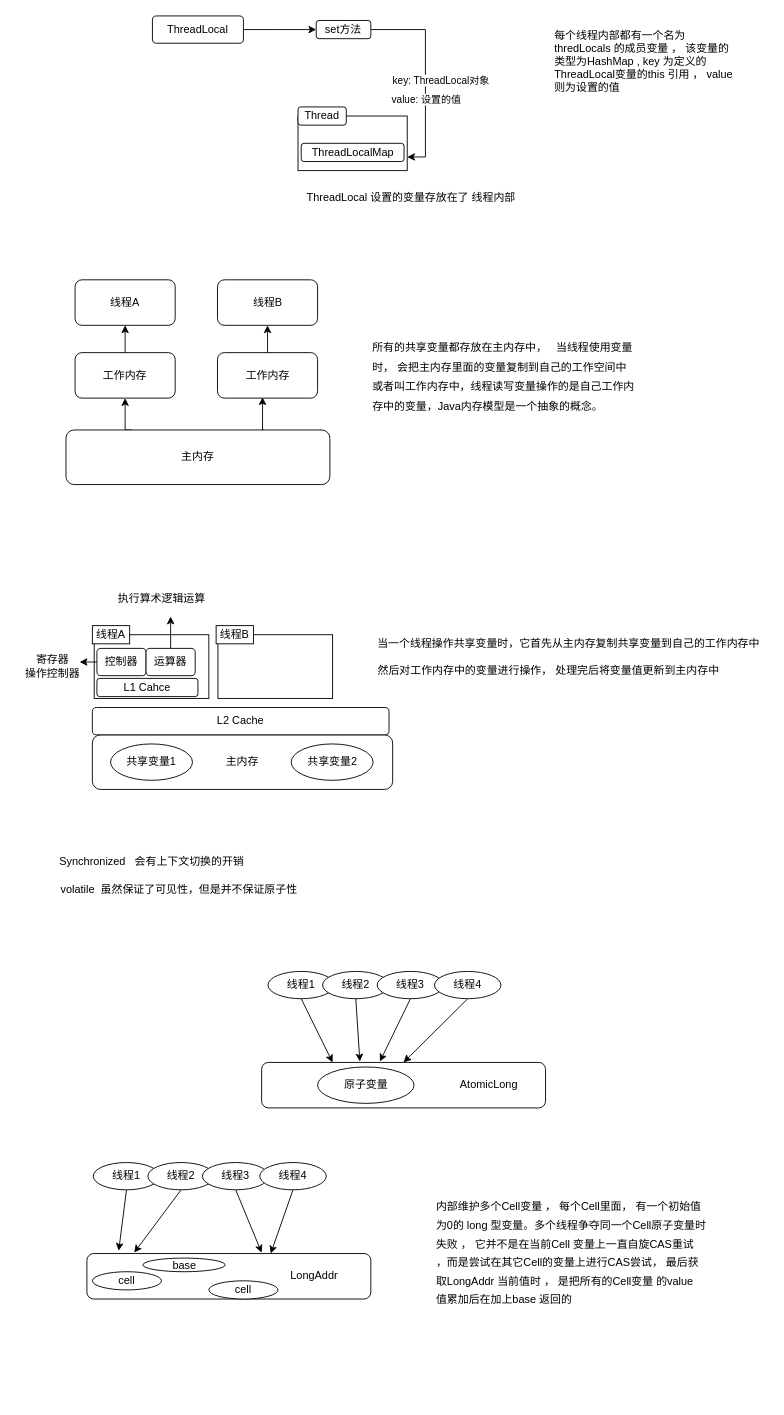
topyuluo/photo-project keeps this draw.io diagram as 并发编程.drawio. Above is the earlier version. Source tidied: cells renumbered, new cells numbered last; positions are measured from the earlier drawing's top-left corner, leaving out a move shared by most shapes. Both pictures are drawn from the tidied source at 91%, with x=0, y=0 at pixel (15, 15).
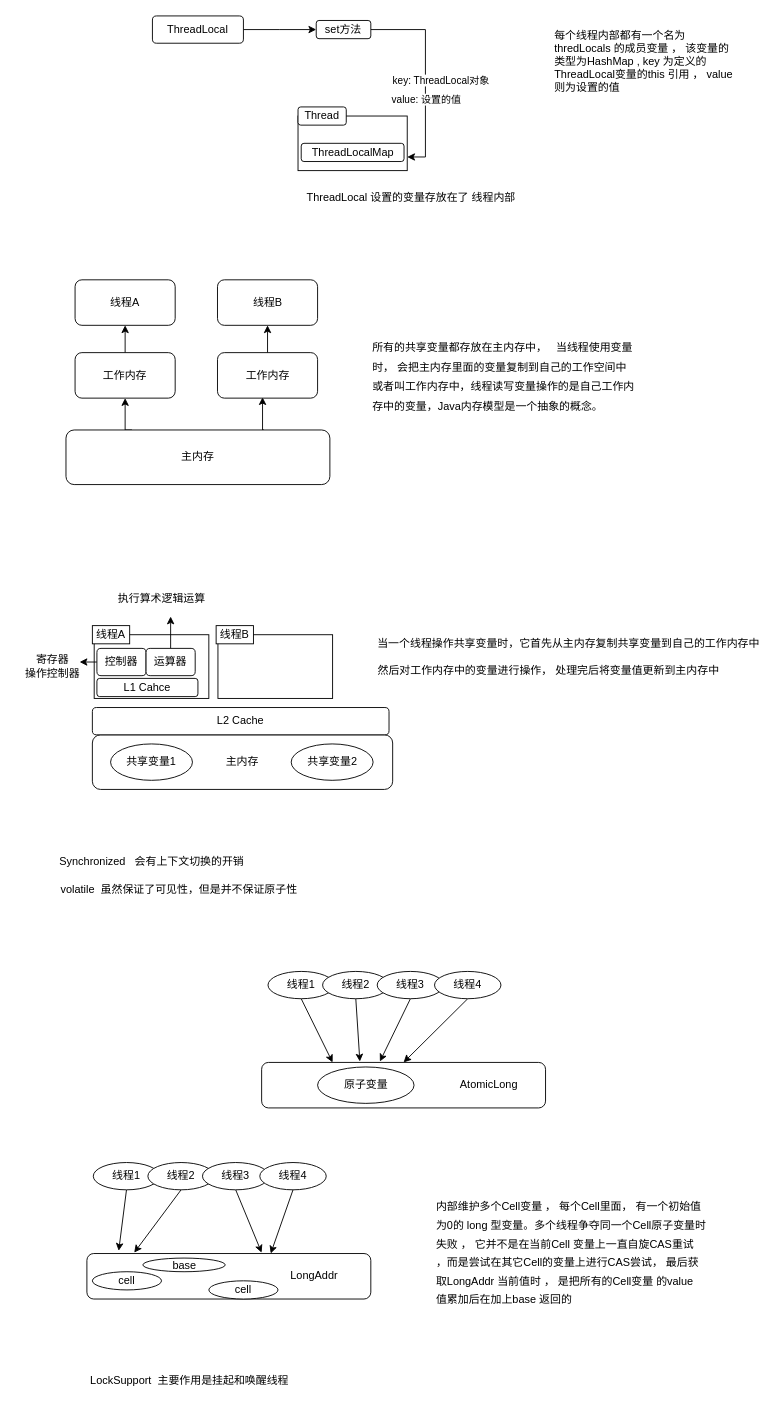
Above is the later version.

Commit message:
更新并发编程.drawio

What changed in the source:
```diff
@@
+    <mxCell id="67" value="LockSupport&amp;nbsp; 主要作用是挂起和唤醒线程" style="text;html=1;strokeColor=none;fillColor=none;align=left;verticalAlign=middle;whiteSpace=wrap;rounded=0;" parent="1" vertex="1">
+      <mxGeometry x="80" y="1480" width="660" height="40" as="geometry" />
+    </mxCell>
```
